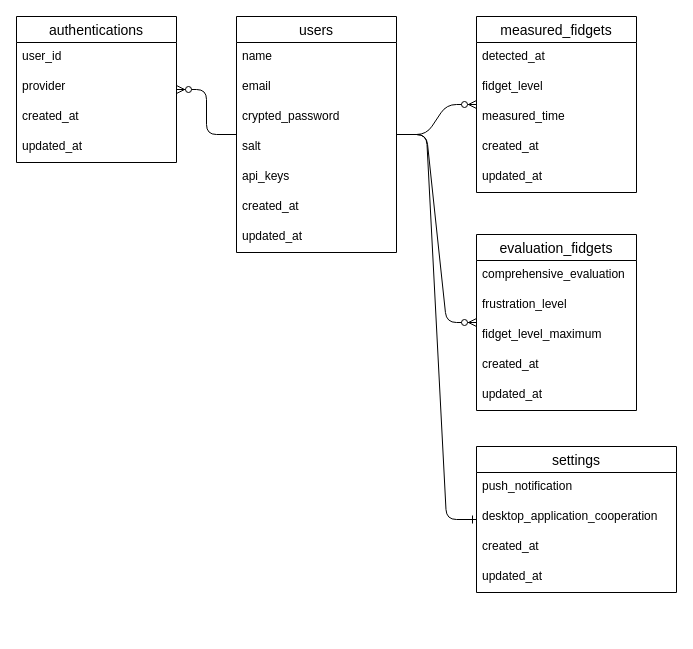
This is ER Diagram for fidgeting_meter.drawio from FukiHayashi/fidgeting_meter, a draw.io file, before an edit. Source tidied: cells renumbered, new cells numbered last; positions are measured from the earlier drawing's top-left corner, leaving out a move shared by most shapes. Both pictures are drawn from the tidied source at 100%, with x=0, y=0 at pixel (16, 16).
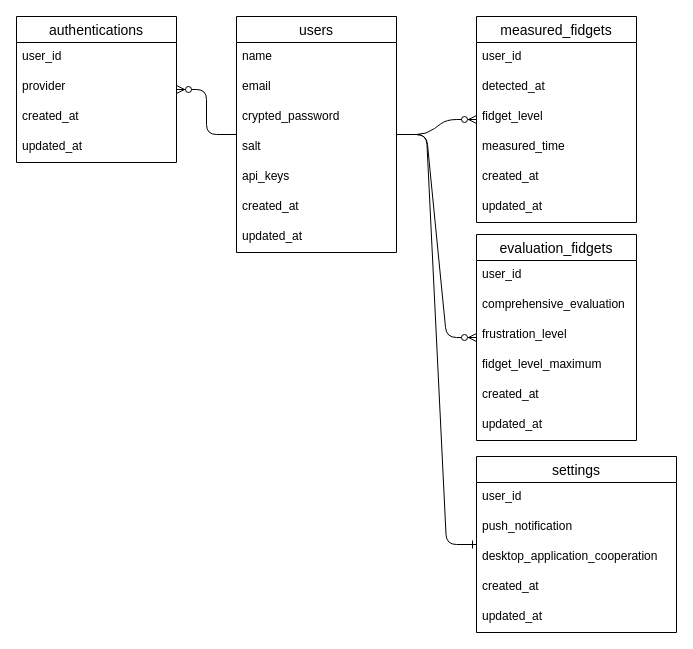
After the change.

Commit message:
[edit]ER図:アソシエーションがあるテーブルにuser_idを追加

What changed in the source:
```diff
@@
     <mxCell id="10" value="measured_fidgets" style="swimlane;fontStyle=0;horizontal=1;startSize=26;align=center;fontSize=14;" parent="1" vertex="1">
-      <mxGeometry x="460" width="160" height="176" as="geometry" />
+      <mxGeometry x="460" width="160" height="206" as="geometry" />
     </mxCell>
+    <mxCell id="36" value="user_id" style="text;strokeColor=none;fillColor=none;spacingLeft=4;spacingRight=4;overflow=hidden;fontSize=12;" parent="10" vertex="1">
+      <mxGeometry y="26" width="160" height="30" as="geometry" />
+    </mxCell>
     <mxCell id="11" value="detected_at" style="text;strokeColor=none;fillColor=none;spacingLeft=4;spacingRight=4;overflow=hidden;fontSize=12;" parent="10" vertex="1">
-      <mxGeometry y="26" width="160" height="30" as="geometry" />
+      <mxGeometry y="56" width="160" height="30" as="geometry" />
     </mxCell>
     <mxCell id="12" value="fidget_level" style="text;strokeColor=none;fillColor=none;spacingLeft=4;spacingRight=4;overflow=hidden;fontSize=12;" parent="10" vertex="1">
-      <mxGeometry y="56" width="160" height="30" as="geometry" />
+      <mxGeometry y="86" width="160" height="30" as="geometry" />
     </mxCell>
     <mxCell id="13" value="measured_time" style="text;strokeColor=none;fillColor=none;spacingLeft=4;spacingRight=4;overflow=hidden;fontSize=12;" parent="10" vertex="1">
-      <mxGeometry y="86" width="160" height="30" as="geometry" />
+      <mxGeometry y="116" width="160" height="30" as="geometry" />
     </mxCell>
     <mxCell id="14" value="created_at" style="text;strokeColor=none;fillColor=none;spacingLeft=4;spacingRight=4;overflow=hidden;fontSize=12;" parent="10" vertex="1">
-      <mxGeometry y="116" width="160" height="30" as="geometry" />
+      <mxGeometry y="146" width="160" height="30" as="geometry" />
     </mxCell>
     <mxCell id="15" value="updated_at" style="text;strokeColor=none;fillColor=none;spacingLeft=4;spacingRight=4;overflow=hidden;fontSize=12;" parent="10" vertex="1">
-      <mxGeometry y="146" width="160" height="30" as="geometry" />
+      <mxGeometry y="176" width="160" height="30" as="geometry" />
     </mxCell>
@@
     <mxCell id="21" value="evaluation_fidgets" style="swimlane;fontStyle=0;horizontal=1;startSize=26;align=center;fontSize=14;" parent="1" vertex="1">
-      <mxGeometry x="460" y="218" width="160" height="176" as="geometry" />
+      <mxGeometry x="460" y="218" width="160" height="206" as="geometry" />
     </mxCell>
+    <mxCell id="37" value="user_id" style="text;strokeColor=none;fillColor=none;spacingLeft=4;spacingRight=4;overflow=hidden;fontSize=12;" parent="21" vertex="1">
+      <mxGeometry y="26" width="160" height="30" as="geometry" />
+    </mxCell>
     <mxCell id="22" value="comprehensive_evaluation" style="text;strokeColor=none;fillColor=none;spacingLeft=4;spacingRight=4;overflow=hidden;fontSize=12;" parent="21" vertex="1">
-      <mxGeometry y="26" width="160" height="30" as="geometry" />
+      <mxGeometry y="56" width="160" height="30" as="geometry" />
     </mxCell>
     <mxCell id="23" value="frustration_level" style="text;strokeColor=none;fillColor=none;spacingLeft=4;spacingRight=4;overflow=hidden;fontSize=12;" parent="21" vertex="1">
-      <mxGeometry y="56" width="160" height="30" as="geometry" />
+      <mxGeometry y="86" width="160" height="30" as="geometry" />
     </mxCell>
     <mxCell id="24" value="fidget_level_maximum" style="text;strokeColor=none;fillColor=none;spacingLeft=4;spacingRight=4;overflow=hidden;fontSize=12;" parent="21" vertex="1">
-      <mxGeometry y="86" width="160" height="30" as="geometry" />
+      <mxGeometry y="116" width="160" height="30" as="geometry" />
     </mxCell>
     <mxCell id="25" value="created_at" style="text;strokeColor=none;fillColor=none;spacingLeft=4;spacingRight=4;overflow=hidden;fontSize=12;" parent="21" vertex="1">
-      <mxGeometry y="116" width="160" height="30" as="geometry" />
+      <mxGeometry y="146" width="160" height="30" as="geometry" />
     </mxCell>
     <mxCell id="26" value="updated_at" style="text;strokeColor=none;fillColor=none;spacingLeft=4;spacingRight=4;overflow=hidden;fontSize=12;" parent="21" vertex="1">
-      <mxGeometry y="146" width="160" height="30" as="geometry" />
+      <mxGeometry y="176" width="160" height="30" as="geometry" />
     </mxCell>
     <mxCell id="27" value="settings" style="swimlane;fontStyle=0;horizontal=1;startSize=26;align=center;fontSize=14;" parent="1" vertex="1">
-      <mxGeometry x="460" y="430" width="200" height="146" as="geometry" />
+      <mxGeometry x="460" y="440" width="200" height="176" as="geometry" />
     </mxCell>
+    <mxCell id="38" value="user_id" style="text;strokeColor=none;fillColor=none;spacingLeft=4;spacingRight=4;overflow=hidden;fontSize=12;" parent="27" vertex="1">
+      <mxGeometry y="26" width="200" height="30" as="geometry" />
+    </mxCell>
     <mxCell id="28" value="push_notification" style="text;strokeColor=none;fillColor=none;spacingLeft=4;spacingRight=4;overflow=hidden;fontSize=12;" parent="27" vertex="1">
-      <mxGeometry y="26" width="200" height="30" as="geometry" />
+      <mxGeometry y="56" width="200" height="30" as="geometry" />
     </mxCell>
     <mxCell id="29" value="desktop_application_cooperation" style="text;strokeColor=none;fillColor=none;spacingLeft=4;spacingRight=4;overflow=hidden;fontSize=12;" parent="27" vertex="1">
-      <mxGeometry y="56" width="200" height="30" as="geometry" />
+      <mxGeometry y="86" width="200" height="30" as="geometry" />
     </mxCell>
     <mxCell id="30" value="created_at" style="text;strokeColor=none;fillColor=none;spacingLeft=4;spacingRight=4;overflow=hidden;fontSize=12;" parent="27" vertex="1">
-      <mxGeometry y="86" width="200" height="30" as="geometry" />
+      <mxGeometry y="116" width="200" height="30" as="geometry" />
     </mxCell>
     <mxCell id="31" value="updated_at" style="text;strokeColor=none;fillColor=none;spacingLeft=4;spacingRight=4;overflow=hidden;fontSize=12;" parent="27" vertex="1">
-      <mxGeometry y="116" width="200" height="30" as="geometry" />
+      <mxGeometry y="146" width="200" height="30" as="geometry" />
     </mxCell>
```
